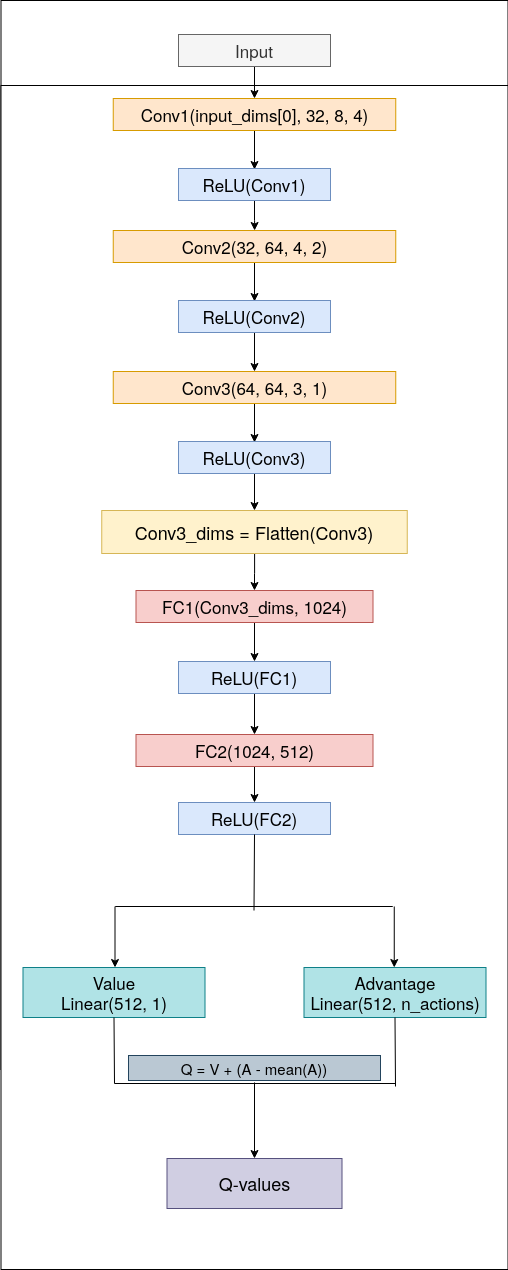
Above: images/DuelingDQNArchitecture.png in hemilpanchiwala/Dueling_Network_Architectures (draw.io), before the change. Source tidied: cells renumbered, new cells last; positions are measured from the earlier drawing's top-left corner, leaving out a move shared by most shapes.
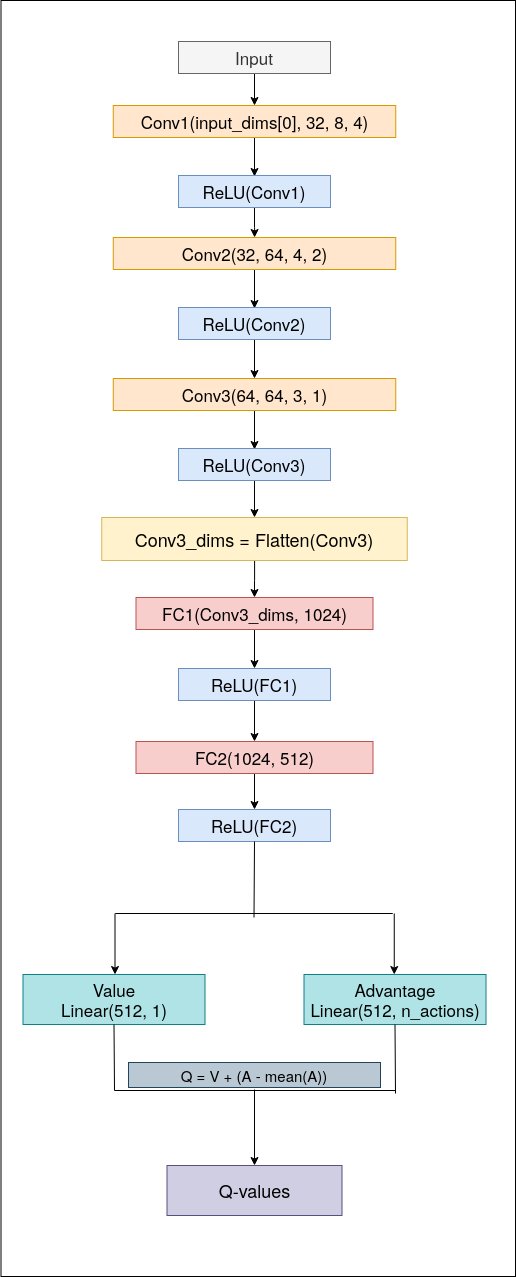
The same file after the commit.

Change to the diagram source:
```diff
@@ -2,9 +2,6 @@
   <root>
     <mxCell id="0" />
     <mxCell id="1" parent="0" />
-    <mxCell id="2" style="rounded=0;whiteSpace=wrap;html=1;" parent="1" vertex="1">
-      <mxGeometry x="0.5" width="507" height="1069" as="geometry" />
-    </mxCell>
     <mxCell id="3" style="edgeStyle=orthogonalEdgeStyle;rounded=0;jettySize=auto;html=1;entryX=0.5;entryY=0;entryDx=0;entryDy=0;" parent="1" edge="1" source="4" target="6">
       <mxGeometry relative="1" as="geometry" />
     </mxCell>
@@ -104,7 +101,7 @@
       <mxGeometry x="304" y="886" width="182" height="50" as="geometry" />
     </mxCell>
     <mxCell id="30" style="rounded=0;whiteSpace=wrap;html=1;" parent="1" vertex="1">
-      <mxGeometry x="0.5" y="85" width="507" height="1184" as="geometry" />
+      <mxGeometry x="0.5" y="-7" width="514.5" height="1276" as="geometry" />
     </mxCell>
     <mxCell id="31" style="edgeStyle=orthogonalEdgeStyle;rounded=0;jettySize=auto;html=1;entryX=0.5;entryY=0;entryDx=0;entryDy=0;" parent="1" edge="1" source="32" target="34">
       <mxGeometry relative="1" as="geometry" />
```
